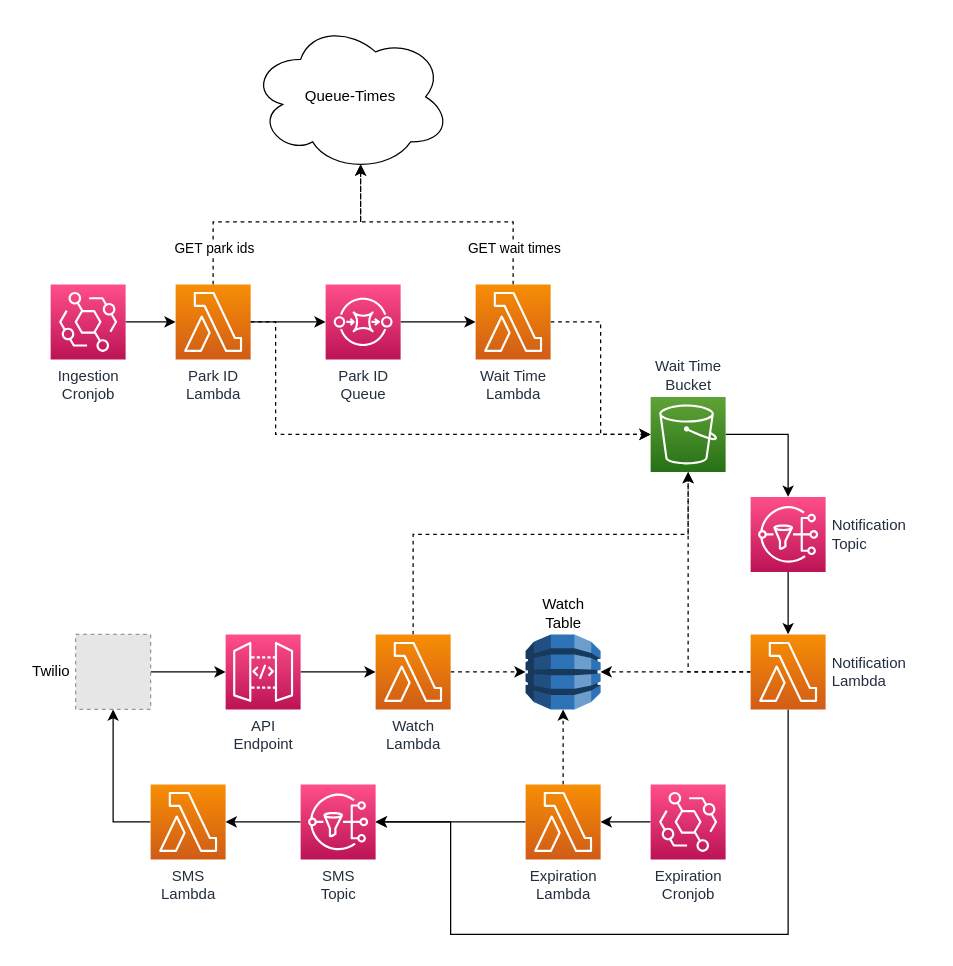
Earlier version of the draw.io diagram docs/chaindog.drawio (caseyjohnsonwv/chaindog). Source tidied: cells renumbered, new cells numbered last; positions are measured from the earlier drawing's top-left corner, leaving out a move shared by most shapes. Both pictures are drawn from the tidied source at 125%, with x=0, y=0 at pixel (50, 21). Pictures stored in the file or linked from it are replaced by grey dashed boxes.
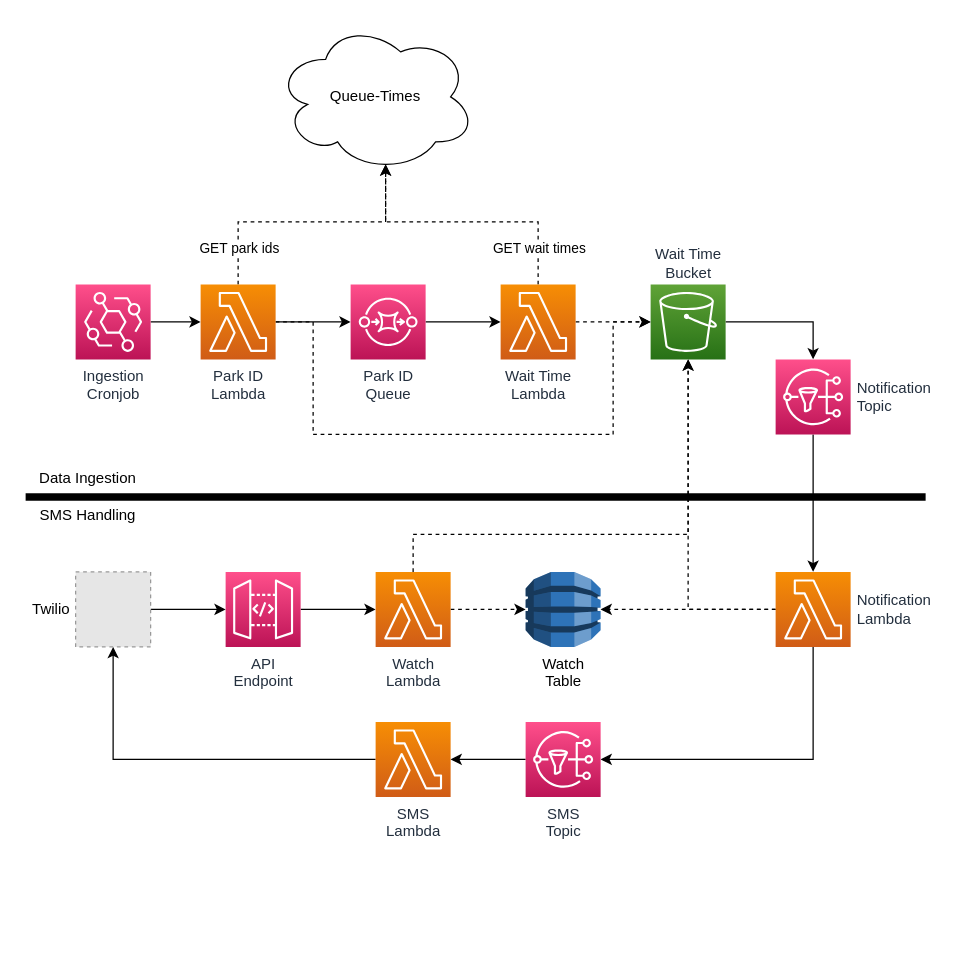
The same page after the edit.

Commit message (it also covers changes not shown here):
enforce watch expirations

What changed in the source:
```diff
@@
     <mxCell id="2" value="Queue-Times" style="ellipse;shape=cloud;whiteSpace=wrap;html=1;" parent="1" vertex="1">
-      <mxGeometry x="160" width="160" height="120" as="geometry" />
+      <mxGeometry x="180" width="160" height="120" as="geometry" />
     </mxCell>
-    <mxCell id="3" style="edgeStyle=orthogonalEdgeStyle;rounded=0;jettySize=auto;html=1;exitX=1;exitY=0.5;exitDx=0;exitDy=0;exitPerimeter=0;startArrow=none;startFill=0;entryX=0.5;entryY=0;entryDx=0;entryDy=0;entryPerimeter=0;" parent="1" edge="1" source="4" target="27">
-      <mxGeometry relative="1" as="geometry" />
+    <mxCell id="3" style="edgeStyle=elbowEdgeStyle;rounded=0;jettySize=auto;elbow=vertical;html=1;exitX=1;exitY=0.5;exitDx=0;exitDy=0;exitPerimeter=0;entryX=0.5;entryY=0;entryDx=0;entryDy=0;entryPerimeter=0;strokeWidth=1;" parent="1" edge="1" source="4" target="27">
+      <mxGeometry relative="1" as="geometry">
+        <Array as="points">
+          <mxPoint x="580" y="240" />
+        </Array>
+      </mxGeometry>
     </mxCell>
     <mxCell id="4" value="Wait Time&lt;br&gt;Bucket" style="sketch=0;points=[[0,0,0],[0.25,0,0],[0.5,0,0],[0.75,0,0],[1,0,0],[0,1,0],[0.25,1,0],[0.5,1,0],[0.75,1,0],[1,1,0],[0,0.25,0],[0,0.5,0],[0,0.75,0],[1,0.25,0],[1,0.5,0],[1,0.75,0]];outlineConnect=0;fontColor=#232F3E;gradientColor=#60A337;gradientDirection=north;fillColor=#277116;strokeColor=#ffffff;dashed=0;verticalLabelPosition=top;verticalAlign=bottom;align=center;html=1;fontSize=12;fontStyle=0;shape=mxgraph.aws4.resourceIcon;resIcon=mxgraph.aws4.s3;labelPosition=center;strokeWidth=5;" parent="1" vertex="1">
-      <mxGeometry x="480" y="300" width="60" height="60" as="geometry" />
+      <mxGeometry x="480" y="210" width="60" height="60" as="geometry" />
     </mxCell>
@@
     <mxCell id="6" value="Ingestion&lt;br&gt;Cronjob" style="sketch=0;points=[[0,0,0],[0.25,0,0],[0.5,0,0],[0.75,0,0],[1,0,0],[0,1,0],[0.25,1,0],[0.5,1,0],[0.75,1,0],[1,1,0],[0,0.25,0],[0,0.5,0],[0,0.75,0],[1,0.25,0],[1,0.5,0],[1,0.75,0]];outlineConnect=0;fontColor=#232F3E;gradientColor=#FF4F8B;gradientDirection=north;fillColor=#BC1356;strokeColor=#ffffff;dashed=0;verticalLabelPosition=bottom;verticalAlign=top;align=center;html=1;fontSize=12;fontStyle=0;shape=mxgraph.aws4.resourceIcon;resIcon=mxgraph.aws4.eventbridge;strokeWidth=5;" parent="1" vertex="1">
-      <mxGeometry y="210" width="60" height="60" as="geometry" />
+      <mxGeometry x="20" y="210" width="60" height="60" as="geometry" />
     </mxCell>
@@
     <mxCell id="8" value="API&lt;br&gt;Endpoint" style="sketch=0;points=[[0,0,0],[0.25,0,0],[0.5,0,0],[0.75,0,0],[1,0,0],[0,1,0],[0.25,1,0],[0.5,1,0],[0.75,1,0],[1,1,0],[0,0.25,0],[0,0.5,0],[0,0.75,0],[1,0.25,0],[1,0.5,0],[1,0.75,0]];outlineConnect=0;fontColor=#232F3E;gradientColor=#FF4F8B;gradientDirection=north;fillColor=#BC1356;strokeColor=#ffffff;dashed=0;verticalLabelPosition=bottom;verticalAlign=top;align=center;html=1;fontSize=12;fontStyle=0;shape=mxgraph.aws4.resourceIcon;resIcon=mxgraph.aws4.api_gateway;" parent="1" vertex="1">
-      <mxGeometry x="140" y="490" width="60" height="60" as="geometry" />
+      <mxGeometry x="140" y="440" width="60" height="60" as="geometry" />
     </mxCell>
@@
     <mxCell id="11" style="rounded=0;jettySize=auto;html=1;exitX=0.5;exitY=0;exitDx=0;exitDy=0;exitPerimeter=0;entryX=0.55;entryY=0.95;entryDx=0;entryDy=0;entryPerimeter=0;dashed=1;edgeStyle=orthogonalEdgeStyle;" parent="1" edge="1" source="13" target="2">
       <mxGeometry relative="1" as="geometry">
         <Array as="points">
-          <mxPoint x="130" y="160" />
-          <mxPoint x="248" y="160" />
+          <mxPoint x="150" y="160" />
+          <mxPoint x="268" y="160" />
         </Array>
       </mxGeometry>
     </mxCell>
@@
+    <mxCell id="33" style="edgeStyle=orthogonalEdgeStyle;rounded=0;jettySize=auto;elbow=vertical;html=1;exitX=1;exitY=0.5;exitDx=0;exitDy=0;exitPerimeter=0;entryX=0;entryY=0.5;entryDx=0;entryDy=0;entryPerimeter=0;dashed=1;strokeWidth=1;" parent="1" edge="1" source="13" target="4">
+      <mxGeometry relative="1" as="geometry">
+        <Array as="points">
+          <mxPoint x="210" y="240" />
+          <mxPoint x="210" y="330" />
+          <mxPoint x="450" y="330" />
+          <mxPoint x="450" y="240" />
+        </Array>
+      </mxGeometry>
+    </mxCell>
     <mxCell id="13" value="Park ID&lt;br&gt;Lambda" style="sketch=0;points=[[0,0,0],[0.25,0,0],[0.5,0,0],[0.75,0,0],[1,0,0],[0,1,0],[0.25,1,0],[0.5,1,0],[0.75,1,0],[1,1,0],[0,0.25,0],[0,0.5,0],[0,0.75,0],[1,0.25,0],[1,0.5,0],[1,0.75,0]];outlineConnect=0;fontColor=#232F3E;gradientColor=#F78E04;gradientDirection=north;fillColor=#D05C17;strokeColor=#ffffff;dashed=0;verticalLabelPosition=bottom;verticalAlign=top;align=center;html=1;fontSize=12;fontStyle=0;shape=mxgraph.aws4.resourceIcon;resIcon=mxgraph.aws4.lambda;strokeWidth=5;" parent="1" vertex="1">
-      <mxGeometry x="100" y="210" width="60" height="60" as="geometry" />
+      <mxGeometry x="120" y="210" width="60" height="60" as="geometry" />
     </mxCell>
@@
-    <mxCell id="15" style="edgeStyle=orthogonalEdgeStyle;rounded=0;jettySize=auto;html=1;exitX=1;exitY=0.5;exitDx=0;exitDy=0;exitPerimeter=0;entryX=0;entryY=0.5;entryDx=0;entryDy=0;entryPerimeter=0;dashed=1;" parent="1" edge="1" source="18" target="4">
-      <mxGeometry relative="1" as="geometry">
-        <Array as="points">
-          <mxPoint x="440" y="240" />
-          <mxPoint x="440" y="330" />
-        </Array>
-      </mxGeometry>
-    </mxCell>
     <mxCell id="16" style="rounded=0;jettySize=auto;html=1;exitX=0.5;exitY=0;exitDx=0;exitDy=0;exitPerimeter=0;entryX=0.55;entryY=0.95;entryDx=0;entryDy=0;entryPerimeter=0;dashed=1;edgeStyle=orthogonalEdgeStyle;" parent="1" edge="1" source="18" target="2">
       <mxGeometry relative="1" as="geometry">
         <Array as="points">
-          <mxPoint x="370" y="160" />
-          <mxPoint x="248" y="160" />
+          <mxPoint x="390" y="160" />
+          <mxPoint x="268" y="160" />
         </Array>
       </mxGeometry>
     </mxCell>
@@
+    <mxCell id="15" style="edgeStyle=elbowEdgeStyle;rounded=0;jettySize=auto;elbow=vertical;html=1;exitX=1;exitY=0.5;exitDx=0;exitDy=0;exitPerimeter=0;entryX=0;entryY=0.5;entryDx=0;entryDy=0;entryPerimeter=0;strokeWidth=1;dashed=1;" parent="1" edge="1" source="18" target="4">
+      <mxGeometry relative="1" as="geometry" />
+    </mxCell>
     <mxCell id="18" value="Wait Time&lt;br&gt;Lambda" style="sketch=0;points=[[0,0,0],[0.25,0,0],[0.5,0,0],[0.75,0,0],[1,0,0],[0,1,0],[0.25,1,0],[0.5,1,0],[0.75,1,0],[1,1,0],[0,0.25,0],[0,0.5,0],[0,0.75,0],[1,0.25,0],[1,0.5,0],[1,0.75,0]];outlineConnect=0;fontColor=#232F3E;gradientColor=#F78E04;gradientDirection=north;fillColor=#D05C17;strokeColor=#ffffff;dashed=0;verticalLabelPosition=bottom;verticalAlign=top;align=center;html=1;fontSize=12;fontStyle=0;shape=mxgraph.aws4.resourceIcon;resIcon=mxgraph.aws4.lambda;strokeWidth=5;" parent="1" vertex="1">
-      <mxGeometry x="340" y="210" width="60" height="60" as="geometry" />
+      <mxGeometry x="360" y="210" width="60" height="60" as="geometry" />
     </mxCell>
@@
     <mxCell id="20" value="Twilio&amp;nbsp;" style="fillColor=#E6E6E6;strokeColor=#999999;dashed=1;html=1;verticalAlign=middle;verticalLabelPosition=middle;labelBackgroundColor=#ffffff;labelPosition=left;align=right;" parent="1" vertex="1">
-      <mxGeometry x="20" y="490" width="60" height="60" as="geometry" />
+      <mxGeometry x="20" y="440" width="60" height="60" as="geometry" />
     </mxCell>
@@
-    <mxCell id="22" style="edgeStyle=orthogonalEdgeStyle;rounded=0;jettySize=auto;html=1;exitX=0;exitY=0.5;exitDx=0;exitDy=0;exitPerimeter=0;dashed=1;" parent="1" edge="1" source="26">
-      <mxGeometry relative="1" as="geometry">
-        <mxPoint x="510" y="360" as="targetPoint" />
-        <Array as="points">
-          <mxPoint x="510" y="520" />
-        </Array>
-      </mxGeometry>
-    </mxCell>
-    <mxCell id="23" style="edgeLabel;html=1;align=center;verticalAlign=middle;" parent="22" vertex="1">
-      <mxGeometry x="0.24" relative="1" as="geometry" />
-    </mxCell>
+    <mxCell id="25" style="edgeStyle=orthogonalEdgeStyle;rounded=0;jettySize=auto;html=1;exitX=0;exitY=0.5;exitDx=0;exitDy=0;exitPerimeter=0;entryX=1;entryY=0.5;entryDx=0;entryDy=0;entryPerimeter=0;dashed=1;" parent="1" edge="1" source="26" target="34">
+      <mxGeometry relative="1" as="geometry">
+        <Array as="points">
+          <mxPoint x="480" y="470" />
+          <mxPoint x="480" y="470" />
+        </Array>
+      </mxGeometry>
+    </mxCell>
     <mxCell id="24" style="edgeStyle=orthogonalEdgeStyle;rounded=0;jettySize=auto;html=1;exitX=0.5;exitY=1;exitDx=0;exitDy=0;exitPerimeter=0;entryX=1;entryY=0.5;entryDx=0;entryDy=0;entryPerimeter=0;" parent="1" edge="1" source="26" target="36">
-      <mxGeometry relative="1" as="geometry">
-        <Array as="points">
-          <mxPoint x="590" y="730" />
-          <mxPoint x="320" y="730" />
-          <mxPoint x="320" y="640" />
-        </Array>
-      </mxGeometry>
+      <mxGeometry relative="1" as="geometry" />
     </mxCell>
-    <mxCell id="25" style="edgeStyle=orthogonalEdgeStyle;rounded=0;jettySize=auto;html=1;exitX=0;exitY=0.5;exitDx=0;exitDy=0;exitPerimeter=0;entryX=1;entryY=0.5;entryDx=0;entryDy=0;entryPerimeter=0;dashed=1;" parent="1" edge="1" source="26" target="34">
-      <mxGeometry relative="1" as="geometry">
-        <Array as="points">
-          <mxPoint x="480" y="520" />
-          <mxPoint x="480" y="520" />
-        </Array>
-      </mxGeometry>
-    </mxCell>
+    <mxCell id="42" style="edgeStyle=orthogonalEdgeStyle;rounded=0;jettySize=auto;html=1;exitX=0;exitY=0.5;exitDx=0;exitDy=0;exitPerimeter=0;entryX=0.5;entryY=1;entryDx=0;entryDy=0;entryPerimeter=0;dashed=1;strokeWidth=1;elbow=vertical;" parent="1" edge="1" source="26" target="4">
+      <mxGeometry relative="1" as="geometry" />
+    </mxCell>
     <mxCell id="26" value="&amp;nbsp;Notification&lt;br&gt;&amp;nbsp;Lambda" style="sketch=0;points=[[0,0,0],[0.25,0,0],[0.5,0,0],[0.75,0,0],[1,0,0],[0,1,0],[0.25,1,0],[0.5,1,0],[0.75,1,0],[1,1,0],[0,0.25,0],[0,0.5,0],[0,0.75,0],[1,0.25,0],[1,0.5,0],[1,0.75,0]];outlineConnect=0;fontColor=#232F3E;gradientColor=#F78E04;gradientDirection=north;fillColor=#D05C17;strokeColor=#ffffff;dashed=0;verticalLabelPosition=middle;verticalAlign=middle;align=left;html=1;fontSize=12;fontStyle=0;shape=mxgraph.aws4.resourceIcon;resIcon=mxgraph.aws4.lambda;labelPosition=right;strokeWidth=5;" parent="1" vertex="1">
-      <mxGeometry x="560" y="490" width="60" height="60" as="geometry" />
+      <mxGeometry x="580" y="440" width="60" height="60" as="geometry" />
     </mxCell>
     <mxCell id="27" value="&amp;nbsp;Notification&lt;br&gt;&amp;nbsp;Topic" style="sketch=0;points=[[0,0,0],[0.25,0,0],[0.5,0,0],[0.75,0,0],[1,0,0],[0,1,0],[0.25,1,0],[0.5,1,0],[0.75,1,0],[1,1,0],[0,0.25,0],[0,0.5,0],[0,0.75,0],[1,0.25,0],[1,0.5,0],[1,0.75,0]];outlineConnect=0;fontColor=#232F3E;gradientColor=#FF4F8B;gradientDirection=north;fillColor=#BC1356;strokeColor=#ffffff;dashed=0;verticalLabelPosition=middle;verticalAlign=middle;align=left;html=1;fontSize=12;fontStyle=0;shape=mxgraph.aws4.resourceIcon;resIcon=mxgraph.aws4.sns;labelPosition=right;strokeWidth=5;" parent="1" vertex="1">
-      <mxGeometry x="560" y="380" width="60" height="60" as="geometry" />
+      <mxGeometry x="580" y="270" width="60" height="60" as="geometry" />
     </mxCell>
     <mxCell id="28" value="Park ID&lt;br&gt;Queue" style="sketch=0;points=[[0,0,0],[0.25,0,0],[0.5,0,0],[0.75,0,0],[1,0,0],[0,1,0],[0.25,1,0],[0.5,1,0],[0.75,1,0],[1,1,0],[0,0.25,0],[0,0.5,0],[0,0.75,0],[1,0.25,0],[1,0.5,0],[1,0.75,0]];outlineConnect=0;fontColor=#232F3E;gradientColor=#FF4F8B;gradientDirection=north;fillColor=#BC1356;strokeColor=#ffffff;dashed=0;verticalLabelPosition=bottom;verticalAlign=top;align=center;html=1;fontSize=12;fontStyle=0;shape=mxgraph.aws4.resourceIcon;resIcon=mxgraph.aws4.sqs;strokeWidth=5;" parent="1" vertex="1">
-      <mxGeometry x="220" y="210" width="60" height="60" as="geometry" />
+      <mxGeometry x="240" y="210" width="60" height="60" as="geometry" />
     </mxCell>
-    <mxCell id="29" style="rounded=0;jettySize=auto;html=1;exitX=0.5;exitY=0;exitDx=0;exitDy=0;exitPerimeter=0;entryX=0.5;entryY=1;entryDx=0;entryDy=0;entryPerimeter=0;dashed=1;edgeStyle=orthogonalEdgeStyle;" parent="1" edge="1" source="30" target="4">
+    <mxCell id="29" style="edgeStyle=orthogonalEdgeStyle;rounded=0;jettySize=auto;html=1;exitX=0.5;exitY=0;exitDx=0;exitDy=0;exitPerimeter=0;entryX=0.5;entryY=1;entryDx=0;entryDy=0;entryPerimeter=0;dashed=1;strokeWidth=1;elbow=vertical;" parent="1" edge="1" source="30" target="4">
       <mxGeometry relative="1" as="geometry">
         <Array as="points">
           <mxPoint x="290" y="410" />
           <mxPoint x="510" y="410" />
         </Array>
       </mxGeometry>
     </mxCell>
     <mxCell id="30" value="Watch&lt;br&gt;Lambda" style="sketch=0;points=[[0,0,0],[0.25,0,0],[0.5,0,0],[0.75,0,0],[1,0,0],[0,1,0],[0.25,1,0],[0.5,1,0],[0.75,1,0],[1,1,0],[0,0.25,0],[0,0.5,0],[0,0.75,0],[1,0.25,0],[1,0.5,0],[1,0.75,0]];outlineConnect=0;fontColor=#232F3E;gradientColor=#F78E04;gradientDirection=north;fillColor=#D05C17;strokeColor=#ffffff;dashed=0;verticalLabelPosition=bottom;verticalAlign=top;align=center;html=1;fontSize=12;fontStyle=0;shape=mxgraph.aws4.resourceIcon;resIcon=mxgraph.aws4.lambda;" parent="1" vertex="1">
-      <mxGeometry x="260" y="490" width="60" height="60" as="geometry" />
+      <mxGeometry x="260" y="440" width="60" height="60" as="geometry" />
     </mxCell>
@@
     <mxCell id="32" value="SMS&lt;br&gt;Lambda" style="sketch=0;points=[[0,0,0],[0.25,0,0],[0.5,0,0],[0.75,0,0],[1,0,0],[0,1,0],[0.25,1,0],[0.5,1,0],[0.75,1,0],[1,1,0],[0,0.25,0],[0,0.5,0],[0,0.75,0],[1,0.25,0],[1,0.5,0],[1,0.75,0]];outlineConnect=0;fontColor=#232F3E;gradientColor=#F78E04;gradientDirection=north;fillColor=#D05C17;strokeColor=#ffffff;dashed=0;verticalLabelPosition=bottom;verticalAlign=top;align=center;html=1;fontSize=12;fontStyle=0;shape=mxgraph.aws4.resourceIcon;resIcon=mxgraph.aws4.lambda;" parent="1" vertex="1">
-      <mxGeometry x="80" y="610" width="60" height="60" as="geometry" />
+      <mxGeometry x="260" y="560" width="60" height="60" as="geometry" />
     </mxCell>
-    <mxCell id="33" style="edgeStyle=orthogonalEdgeStyle;rounded=0;jettySize=auto;html=1;exitX=1;exitY=0.5;exitDx=0;exitDy=0;exitPerimeter=0;entryX=0;entryY=0.5;entryDx=0;entryDy=0;entryPerimeter=0;dashed=1;" parent="1" edge="1" source="13" target="4">
-      <mxGeometry relative="1" as="geometry">
-        <Array as="points">
-          <mxPoint x="180" y="240" />
-          <mxPoint x="180" y="330" />
-        </Array>
-      </mxGeometry>
-    </mxCell>
-    <mxCell id="34" value="Watch&lt;br&gt;Table" style="outlineConnect=0;dashed=0;verticalLabelPosition=top;verticalAlign=bottom;align=center;html=1;shape=mxgraph.aws3.dynamo_db;fillColor=#2E73B8;gradientColor=none;labelPosition=center;strokeWidth=5;" parent="1" vertex="1">
-      <mxGeometry x="380" y="490" width="60" height="60" as="geometry" />
+    <mxCell id="34" value="Watch&lt;br&gt;Table" style="outlineConnect=0;dashed=0;verticalLabelPosition=bottom;verticalAlign=top;align=center;html=1;shape=mxgraph.aws3.dynamo_db;fillColor=#2E73B8;gradientColor=none;labelPosition=center;strokeWidth=5;" parent="1" vertex="1">
+      <mxGeometry x="380" y="440" width="60" height="60" as="geometry" />
     </mxCell>
@@
     <mxCell id="36" value="SMS&lt;br&gt;Topic" style="sketch=0;points=[[0,0,0],[0.25,0,0],[0.5,0,0],[0.75,0,0],[1,0,0],[0,1,0],[0.25,1,0],[0.5,1,0],[0.75,1,0],[1,1,0],[0,0.25,0],[0,0.5,0],[0,0.75,0],[1,0.25,0],[1,0.5,0],[1,0.75,0]];outlineConnect=0;fontColor=#232F3E;gradientColor=#FF4F8B;gradientDirection=north;fillColor=#BC1356;strokeColor=#ffffff;dashed=0;verticalLabelPosition=bottom;verticalAlign=top;align=center;html=1;fontSize=12;fontStyle=0;shape=mxgraph.aws4.resourceIcon;resIcon=mxgraph.aws4.sns;labelPosition=center;strokeWidth=5;" parent="1" vertex="1">
-      <mxGeometry x="200" y="610" width="60" height="60" as="geometry" />
+      <mxGeometry x="380" y="560" width="60" height="60" as="geometry" />
     </mxCell>
-    <mxCell id="37" style="edgeStyle=orthogonalEdgeStyle;rounded=0;jettySize=auto;html=1;exitX=0;exitY=0.5;exitDx=0;exitDy=0;exitPerimeter=0;entryX=1;entryY=0.5;entryDx=0;entryDy=0;entryPerimeter=0;" parent="1" edge="1" source="38" target="41">
-      <mxGeometry relative="1" as="geometry" />
-    </mxCell>
-    <mxCell id="38" value="Expiration&lt;br&gt;Cronjob" style="sketch=0;points=[[0,0,0],[0.25,0,0],[0.5,0,0],[0.75,0,0],[1,0,0],[0,1,0],[0.25,1,0],[0.5,1,0],[0.75,1,0],[1,1,0],[0,0.25,0],[0,0.5,0],[0,0.75,0],[1,0.25,0],[1,0.5,0],[1,0.75,0]];outlineConnect=0;fontColor=#232F3E;gradientColor=#FF4F8B;gradientDirection=north;fillColor=#BC1356;strokeColor=#ffffff;dashed=0;verticalLabelPosition=bottom;verticalAlign=top;align=center;html=1;fontSize=12;fontStyle=0;shape=mxgraph.aws4.resourceIcon;resIcon=mxgraph.aws4.eventbridge;strokeWidth=5;" parent="1" vertex="1">
-      <mxGeometry x="480" y="610" width="60" height="60" as="geometry" />
-    </mxCell>
-    <mxCell id="39" style="edgeStyle=orthogonalEdgeStyle;rounded=0;jettySize=auto;html=1;exitX=0.5;exitY=0;exitDx=0;exitDy=0;exitPerimeter=0;entryX=0.5;entryY=1;entryDx=0;entryDy=0;entryPerimeter=0;dashed=1;" parent="1" edge="1" source="41" target="34">
-      <mxGeometry relative="1" as="geometry" />
-    </mxCell>
-    <mxCell id="40" style="edgeStyle=orthogonalEdgeStyle;rounded=0;jettySize=auto;html=1;exitX=0;exitY=0.5;exitDx=0;exitDy=0;exitPerimeter=0;entryX=1;entryY=0.5;entryDx=0;entryDy=0;entryPerimeter=0;" parent="1" edge="1" source="41" target="36">
-      <mxGeometry relative="1" as="geometry" />
-    </mxCell>
-    <mxCell id="41" value="Expiration&lt;br&gt;Lambda" style="sketch=0;points=[[0,0,0],[0.25,0,0],[0.5,0,0],[0.75,0,0],[1,0,0],[0,1,0],[0.25,1,0],[0.5,1,0],[0.75,1,0],[1,1,0],[0,0.25,0],[0,0.5,0],[0,0.75,0],[1,0.25,0],[1,0.5,0],[1,0.75,0]];outlineConnect=0;fontColor=#232F3E;gradientColor=#F78E04;gradientDirection=north;fillColor=#D05C17;strokeColor=#ffffff;dashed=0;verticalLabelPosition=bottom;verticalAlign=top;align=center;html=1;fontSize=12;fontStyle=0;shape=mxgraph.aws4.resourceIcon;resIcon=mxgraph.aws4.lambda;labelPosition=center;strokeWidth=5;" parent="1" vertex="1">
-      <mxGeometry x="380" y="610" width="60" height="60" as="geometry" />
-    </mxCell>
+    <mxCell id="43" style="group;" parent="1" vertex="1">
+      <mxGeometry x="-20" y="350" width="720" height="60" as="geometry" />
+    </mxCell>
+    <mxCell id="44" style="endArrow=none;html=1;rounded=0;elbow=vertical;strokeWidth=6;" parent="43" edge="1">
+      <mxGeometry relative="1" as="geometry">
+        <mxPoint y="30" as="sourcePoint" />
+        <mxPoint x="720" y="30" as="targetPoint" />
+      </mxGeometry>
+    </mxCell>
+    <mxCell id="45" value="Data Ingestion" style="text;html=1;strokeColor=none;fillColor=none;align=center;verticalAlign=middle;whiteSpace=wrap;rounded=0;" parent="43" vertex="1">
+      <mxGeometry width="100" height="30" as="geometry" />
+    </mxCell>
+    <mxCell id="46" value="SMS Handling" style="text;html=1;strokeColor=none;fillColor=none;align=center;verticalAlign=middle;whiteSpace=wrap;rounded=0;" parent="43" vertex="1">
+      <mxGeometry y="30" width="100" height="30" as="geometry" />
+    </mxCell>
```
